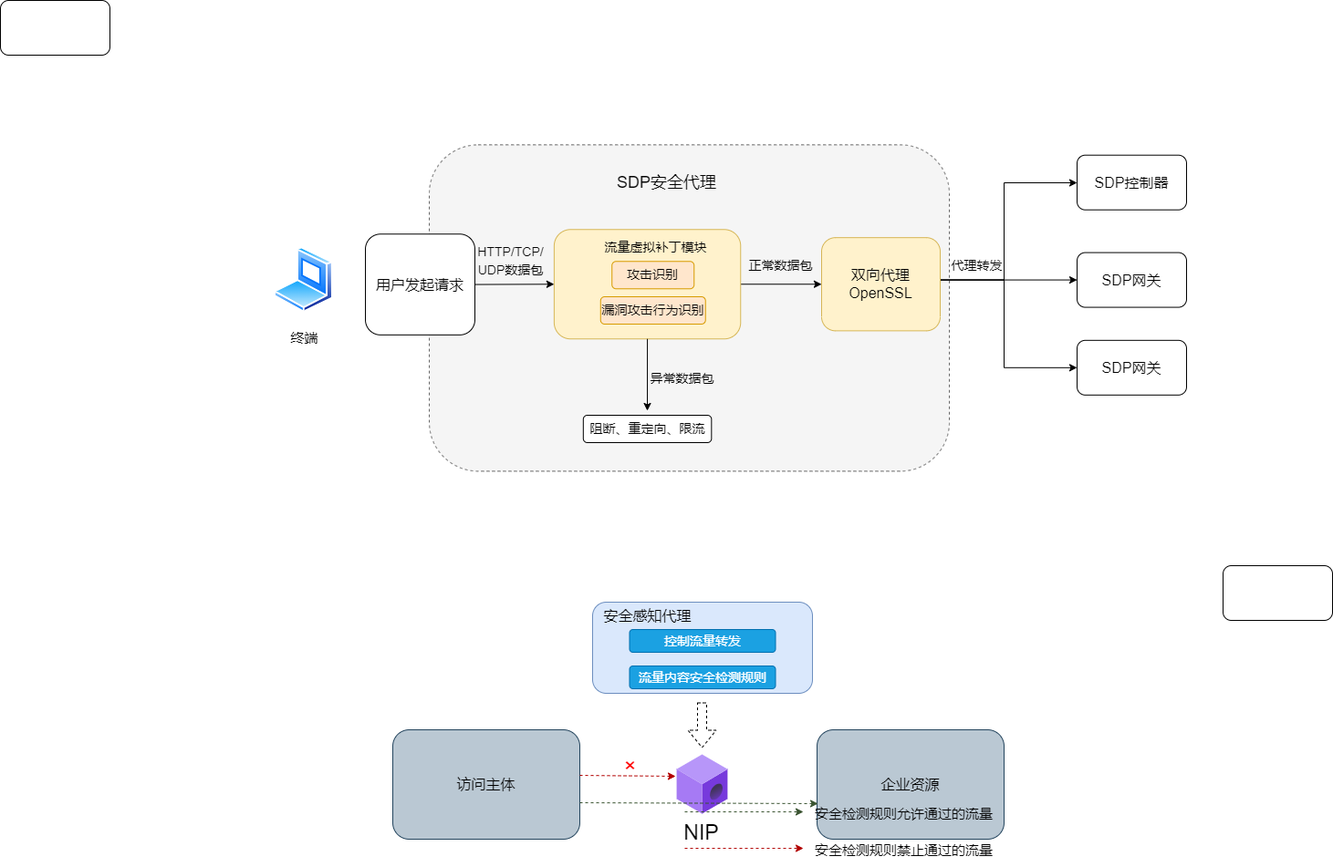
Before: testDirectory/虚拟补丁.drawio.png, a diagram exported from draw.io (Moose1273/-). Source tidied: cells renumbered, new cells last; positions are measured from the earlier drawing's top-left corner, leaving out a move shared by most shapes.
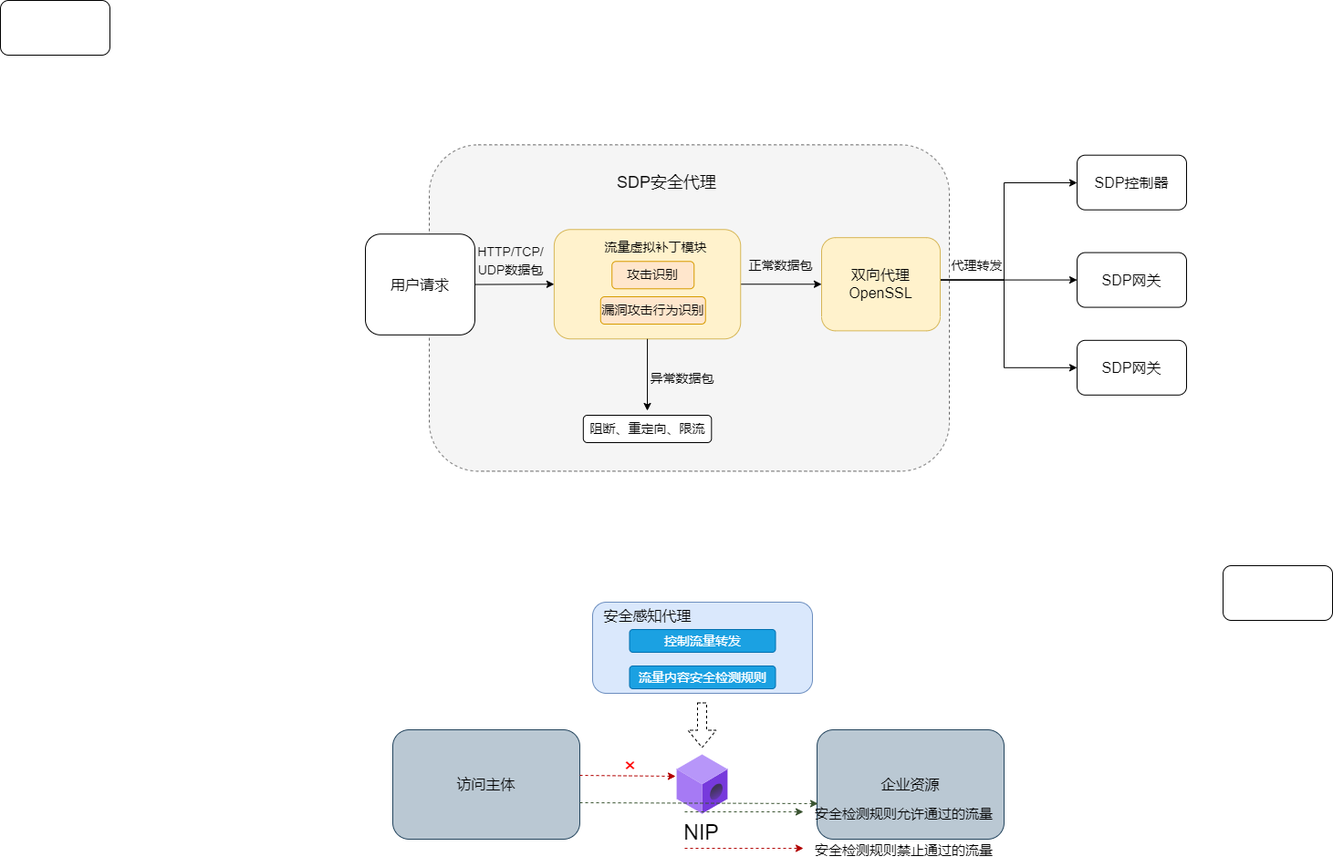
Later version of the same file.

Commit message:
更新虚拟补丁.drawio.png

Change to the diagram source:
```diff
@@ -37,7 +37,7 @@
     <mxCell id="8" style="rounded=1;whiteSpace=wrap;html=1;rotation=90;fillColor=#fff2cc;strokeColor=#d6b656;" parent="1" vertex="1">
       <mxGeometry x="649.1" y="209.1" width="120" height="204.4" as="geometry" />
     </mxCell>
-    <mxCell id="9" value="&lt;font style=&quot;font-size: 16px;&quot;&gt;用户发起请求&lt;/font&gt;" style="rounded=1;whiteSpace=wrap;html=1;" parent="1" vertex="1">
+    <mxCell id="9" value="&lt;font style=&quot;font-size: 16px;&quot;&gt;用户请求&lt;/font&gt;" style="rounded=1;whiteSpace=wrap;html=1;" parent="1" vertex="1">
       <mxGeometry x="400" y="256.3" width="120" height="110.6" as="geometry" />
     </mxCell>
     <mxCell id="10" value="&lt;font style=&quot;font-size: 14px;&quot;&gt;HTTP/TCP/&lt;br&gt;UDP数据包&lt;/font&gt;" style="text;html=1;align=center;verticalAlign=middle;strokeColor=none;fillColor=none;fontSize=16;" parent="1" vertex="1">
@@ -152,11 +152,5 @@
     <mxCell id="41" value="&lt;font style=&quot;font-size: 14px;&quot;&gt;代理转发&lt;/font&gt;" style="text;html=1;align=center;verticalAlign=middle;strokeColor=none;fillColor=none;" parent="1" vertex="1">
       <mxGeometry x="1030" y="276.3" width="80" height="30" as="geometry" />
     </mxCell>
-    <mxCell id="42" style="perimeter=ellipsePerimeter;html=1;align=center;shadow=0;dashed=0;spacingTop=3;image;image=img/lib/active_directory/laptop_client.svg;" parent="1" vertex="1">
-      <mxGeometry x="300" y="270.5" width="65" height="72.2" as="geometry" />
-    </mxCell>
-    <mxCell id="43" value="&lt;font style=&quot;font-size: 15px;&quot;&gt;终端&lt;/font&gt;" style="text;html=1;align=center;verticalAlign=middle;strokeColor=none;fillColor=none;" parent="1" vertex="1">
-      <mxGeometry x="307.5" y="355" width="50" height="30" as="geometry" />
-    </mxCell>
   </root>
 </mxGraphModel>
```
